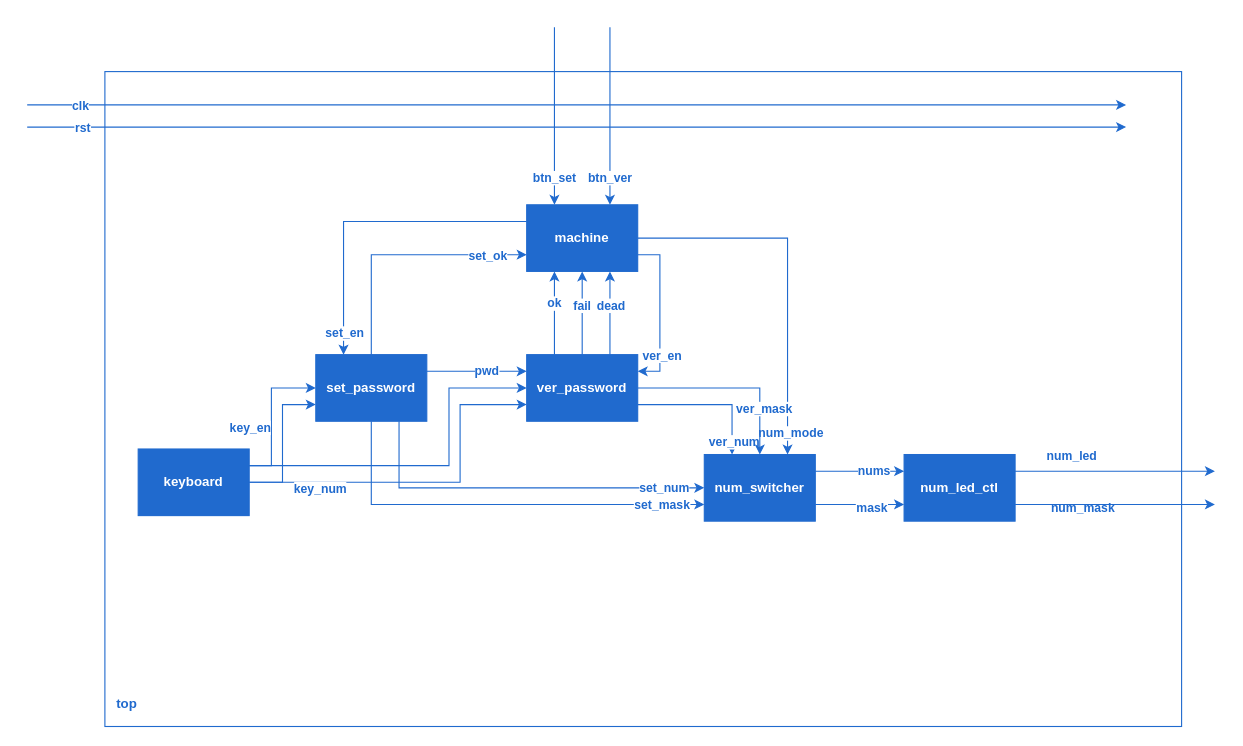
Jerry-Terrasse/drawio keeps this draw.io diagram as diglogic_exp6.drawio. Above is the earlier version. Source tidied: cells renumbered, new cells numbered last; positions are measured from the earlier drawing's top-left corner, leaving out a move shared by most shapes. Both pictures are drawn from the tidied source at 111%, with x=0, y=0 at pixel (27, 27).
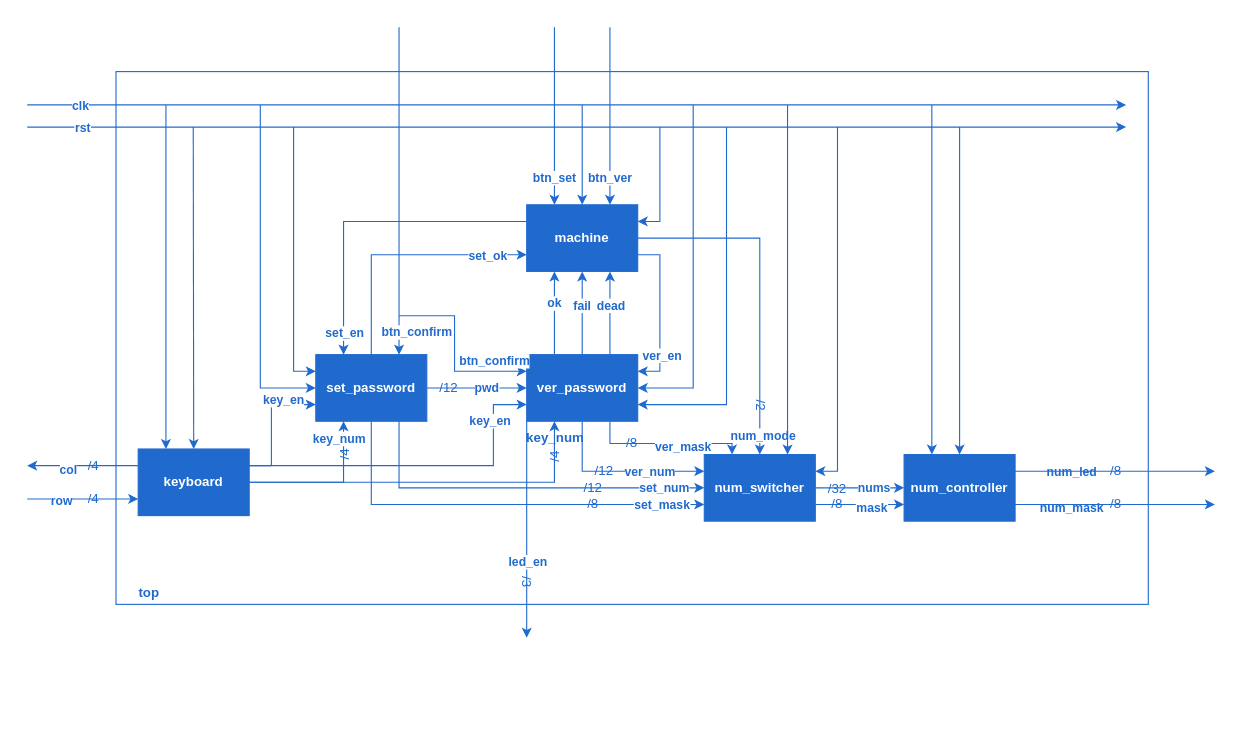
After the change.

The change refers to these unchanged cells:
```xml
<mxCell id="12" value="&lt;span&gt;keyboard&lt;/span&gt;" style="rounded=0;whiteSpace=wrap;html=1;strokeColor=#206ace;fontColor=#FFFFFF;fillColor=#206ACE;fontStyle=1;" parent="1" vertex="1">
  <mxGeometry x="100" y="380" width="100" height="60" as="geometry" />
</mxCell>
<mxCell id="19" value="&lt;div&gt;&lt;span&gt;machine&lt;/span&gt;&lt;/div&gt;" style="rounded=0;whiteSpace=wrap;html=1;strokeColor=#206ace;fontColor=#FFFFFF;fillColor=#206ACE;fontStyle=1;" parent="1" vertex="1">
  <mxGeometry x="450" y="160" width="100" height="60" as="geometry" />
</mxCell>
<mxCell id="26" value="&lt;span&gt;set_password&lt;/span&gt;" style="rounded=0;whiteSpace=wrap;html=1;strokeColor=#206ace;fontColor=#FFFFFF;fillColor=#206ACE;fontStyle=1;" parent="1" vertex="1">
  <mxGeometry x="260" y="295" width="100" height="60" as="geometry" />
</mxCell>
<mxCell id="37" value="&lt;span&gt;ver_password&lt;/span&gt;" style="rounded=0;whiteSpace=wrap;html=1;strokeColor=#206ace;fontColor=#FFFFFF;fillColor=#206ACE;fontStyle=1;" parent="1" vertex="1">
  <mxGeometry x="450" y="295" width="100" height="60" as="geometry" />
</mxCell>
<mxCell id="41" style="edgeStyle=orthogonalEdgeStyle;rounded=0;jettySize=auto;html=1;exitX=1;exitY=0.75;exitDx=0;exitDy=0;entryX=0;entryY=0.75;entryDx=0;entryDy=0;strokeColor=#206ACE;fontColor=#206ACE;fillColor=#206ACE;" parent="1" edge="1" source="44" target="47">
  <mxGeometry relative="1" as="geometry" />
</mxCell>
<mxCell id="44" value="&lt;span&gt;num_switcher&lt;/span&gt;" style="rounded=0;whiteSpace=wrap;html=1;strokeColor=#206ace;fontColor=#FFFFFF;fillColor=#206ACE;fontStyle=1;" parent="1" vertex="1">
  <mxGeometry x="610" y="385" width="100" height="60" as="geometry" />
</mxCell>
```

Change to the diagram source:
```diff
@@
     <mxCell id="2" value="&lt;div align=&quot;left&quot;&gt;&lt;br&gt;&lt;/div&gt;" style="rounded=0;whiteSpace=wrap;html=1;strokeColor=#206ace;align=left;fontStyle=1;" parent="1" vertex="1">
-      <mxGeometry x="70" y="40" width="970" height="590" as="geometry" />
+      <mxGeometry x="80" y="40" width="930" height="480" as="geometry" />
     </mxCell>
     <mxCell id="3" value="&lt;div&gt;top&lt;/div&gt;" style="text;html=1;strokeColor=none;fillColor=none;align=center;verticalAlign=middle;whiteSpace=wrap;rounded=0;fontColor=#206ACE;fontStyle=1;" parent="1" vertex="1">
-      <mxGeometry x="60" y="600" width="60" height="20" as="geometry" />
+      <mxGeometry x="80" y="500" width="60" height="20" as="geometry" />
     </mxCell>
@@
-    <mxCell id="8" style="edgeStyle=orthogonalEdgeStyle;rounded=0;jettySize=auto;html=1;exitX=1;exitY=0.25;exitDx=0;exitDy=0;entryX=0;entryY=0.5;entryDx=0;entryDy=0;strokeColor=#206ACE;fontColor=#206ACE;fillColor=#206ACE;fontStyle=1;" parent="1" edge="1" source="12" target="37">
+    <mxCell id="8" style="edgeStyle=orthogonalEdgeStyle;rounded=0;jettySize=auto;html=1;exitX=1;exitY=0.25;exitDx=0;exitDy=0;entryX=0;entryY=0.75;entryDx=0;entryDy=0;strokeColor=#206ACE;fontColor=#206ACE;fillColor=#206ACE;fontStyle=1;" parent="1" edge="1" source="12" target="37">
       <mxGeometry relative="1" as="geometry">
         <Array as="points">
-          <mxPoint x="380" y="395" />
-          <mxPoint x="380" y="325" />
+          <mxPoint x="420" y="395" />
+          <mxPoint x="420" y="340" />
         </Array>
       </mxGeometry>
     </mxCell>
-    <mxCell id="9" style="edgeStyle=orthogonalEdgeStyle;rounded=0;jettySize=auto;html=1;exitX=1;exitY=0.5;exitDx=0;exitDy=0;entryX=0;entryY=0.75;entryDx=0;entryDy=0;strokeColor=#206ACE;fontColor=#206ACE;fillColor=#206ACE;fontStyle=1;" parent="1" edge="1" source="12" target="26">
+    <mxCell id="9" style="edgeStyle=orthogonalEdgeStyle;rounded=0;jettySize=auto;html=1;exitX=1;exitY=0.5;exitDx=0;exitDy=0;entryX=0.25;entryY=1;entryDx=0;entryDy=0;strokeColor=#206ACE;fontColor=#206ACE;fillColor=#206ACE;fontStyle=1;" parent="1" edge="1" source="12" target="26">
       <mxGeometry relative="1" as="geometry" />
     </mxCell>
-    <mxCell id="10" style="edgeStyle=orthogonalEdgeStyle;rounded=0;jettySize=auto;html=1;exitX=1;exitY=0.5;exitDx=0;exitDy=0;entryX=0;entryY=0.75;entryDx=0;entryDy=0;strokeColor=#206ACE;fontColor=#206ACE;fillColor=#206ACE;fontStyle=1;" parent="1" edge="1" source="12" target="37">
-      <mxGeometry relative="1" as="geometry">
-        <Array as="points">
-          <mxPoint x="390" y="410" />
-          <mxPoint x="390" y="340" />
-        </Array>
-      </mxGeometry>
-    </mxCell>
-    <mxCell id="11" value="key_num" style="edgeLabel;html=1;align=center;verticalAlign=middle;fontColor=#206ACE;fontStyle=1;" parent="10" vertex="1">
-      <mxGeometry x="-0.78" y="-3" relative="1" as="geometry">
-        <mxPoint x="28" y="2" as="offset" />
-      </mxGeometry>
-    </mxCell>
+    <mxCell id="56" style="edgeStyle=orthogonalEdgeStyle;rounded=0;jettySize=auto;html=1;exitX=0;exitY=0.25;exitDx=0;exitDy=0;strokeColor=#206ACE;fontColor=#206ACE;fillColor=#206ACE;" parent="1" edge="1" source="12">
+      <mxGeometry relative="1" as="geometry">
+        <mxPoint y="395" as="targetPoint" />
+      </mxGeometry>
+    </mxCell>
+    <mxCell id="57" value="&lt;b&gt;col&lt;/b&gt;" style="edgeLabel;html=1;align=center;verticalAlign=middle;fontColor=#206ACE;" parent="56" vertex="1">
+      <mxGeometry x="0.28" y="3" relative="1" as="geometry" />
+    </mxCell>
@@
-    <mxCell id="17" style="edgeStyle=orthogonalEdgeStyle;rounded=0;jettySize=auto;html=1;exitX=1;exitY=0.5;exitDx=0;exitDy=0;entryX=0.75;entryY=0;entryDx=0;entryDy=0;strokeColor=#206ACE;fontColor=#206ACE;fillColor=#206ACE;" parent="1" edge="1" source="19" target="44">
+    <mxCell id="17" style="edgeStyle=orthogonalEdgeStyle;rounded=0;jettySize=auto;html=1;exitX=1;exitY=0.5;exitDx=0;exitDy=0;entryX=0.5;entryY=0;entryDx=0;entryDy=0;strokeColor=#206ACE;fontColor=#206ACE;fillColor=#206ACE;" parent="1" edge="1" source="19" target="44">
       <mxGeometry relative="1" as="geometry" />
     </mxCell>
@@
-    <mxCell id="33" style="edgeStyle=orthogonalEdgeStyle;rounded=0;jettySize=auto;html=1;exitX=1;exitY=0.75;exitDx=0;exitDy=0;entryX=0.25;entryY=0;entryDx=0;entryDy=0;strokeColor=#206ACE;fontColor=#206ACE;fillColor=#206ACE;" parent="1" edge="1" source="37" target="44">
-      <mxGeometry relative="1" as="geometry" />
+    <mxCell id="33" style="edgeStyle=orthogonalEdgeStyle;rounded=0;jettySize=auto;html=1;exitX=0.5;exitY=1;exitDx=0;exitDy=0;entryX=0;entryY=0.25;entryDx=0;entryDy=0;strokeColor=#206ACE;fontColor=#206ACE;fillColor=#206ACE;" parent="1" edge="1" source="37" target="44">
+      <mxGeometry relative="1" as="geometry">
+        <Array as="points">
+          <mxPoint x="500" y="400" />
+        </Array>
+      </mxGeometry>
     </mxCell>
     <mxCell id="34" value="&lt;b&gt;ver_num&lt;/b&gt;" style="edgeLabel;html=1;align=center;verticalAlign=middle;fontColor=#206ACE;" parent="33" vertex="1">
-      <mxGeometry x="0.81" y="1" relative="1" as="geometry" />
+      <mxGeometry x="0.81" y="1" relative="1" as="geometry">
+        <mxPoint x="-35" y="1" as="offset" />
+      </mxGeometry>
     </mxCell>
-    <mxCell id="35" style="edgeStyle=orthogonalEdgeStyle;rounded=0;jettySize=auto;html=1;exitX=1;exitY=0.5;exitDx=0;exitDy=0;strokeColor=#206ACE;fontColor=#206ACE;fillColor=#206ACE;" parent="1" edge="1" source="37" target="44">
-      <mxGeometry relative="1" as="geometry" />
+    <mxCell id="35" style="edgeStyle=orthogonalEdgeStyle;rounded=0;jettySize=auto;html=1;exitX=0.75;exitY=1;exitDx=0;exitDy=0;entryX=0.25;entryY=0;entryDx=0;entryDy=0;strokeColor=#206ACE;fontColor=#206ACE;fillColor=#206ACE;" parent="1" edge="1" source="37" target="44">
+      <mxGeometry relative="1" as="geometry">
+        <Array as="points">
+          <mxPoint x="525" y="375" />
+          <mxPoint x="635" y="375" />
+        </Array>
+      </mxGeometry>
     </mxCell>
     <mxCell id="36" value="&lt;b&gt;ver_mask&lt;/b&gt;" style="edgeLabel;html=1;align=center;verticalAlign=middle;fontColor=#206ACE;" parent="35" vertex="1">
-      <mxGeometry x="0.51" y="3" relative="1" as="geometry" />
+      <mxGeometry x="0.21" y="-2" relative="1" as="geometry" />
     </mxCell>
+    <mxCell id="58" style="edgeStyle=orthogonalEdgeStyle;rounded=0;jettySize=auto;html=1;exitX=0;exitY=1;exitDx=0;exitDy=0;strokeColor=#206ACE;fontColor=#206ACE;fillColor=#206ACE;" parent="1" edge="1" source="37">
+      <mxGeometry relative="1" as="geometry">
+        <mxPoint x="450" y="550" as="targetPoint" />
+      </mxGeometry>
+    </mxCell>
+    <mxCell id="59" value="&lt;b&gt;led_en&lt;/b&gt;" style="edgeLabel;html=1;align=center;verticalAlign=middle;fontColor=#206ACE;" parent="58" vertex="1">
+      <mxGeometry x="0.3" relative="1" as="geometry" />
+    </mxCell>
@@
-    <mxCell id="38" style="edgeStyle=orthogonalEdgeStyle;rounded=0;jettySize=auto;html=1;exitX=1;exitY=0.25;exitDx=0;exitDy=0;entryX=0;entryY=0.25;entryDx=0;entryDy=0;strokeColor=#206ACE;fontColor=#206ACE;fillColor=#206ACE;" parent="1" edge="1" source="44" target="47">
+    <mxCell id="38" style="edgeStyle=orthogonalEdgeStyle;rounded=0;jettySize=auto;html=1;exitX=1;exitY=0.5;exitDx=0;exitDy=0;entryX=0;entryY=0.5;entryDx=0;entryDy=0;strokeColor=#206ACE;fontColor=#206ACE;fillColor=#206ACE;" parent="1" edge="1" source="44" target="47">
       <mxGeometry relative="1" as="geometry" />
     </mxCell>
@@
     <mxCell id="42" value="&lt;b&gt;num_mask&lt;/b&gt;" style="edgeLabel;html=1;align=center;verticalAlign=middle;fontColor=#206ACE;" parent="41" vertex="1">
       <mxGeometry x="0.22" y="-2" relative="1" as="geometry">
-        <mxPoint x="191" as="offset" />
+        <mxPoint x="181" as="offset" />
       </mxGeometry>
     </mxCell>
@@
-    <mxCell id="47" value="&lt;span&gt;num_led_ctl&lt;/span&gt;" style="rounded=0;whiteSpace=wrap;html=1;strokeColor=#206ace;fontColor=#FFFFFF;fillColor=#206ACE;fontStyle=1;" parent="1" vertex="1">
+    <mxCell id="47" value="&lt;span&gt;num_controller&lt;/span&gt;" style="rounded=0;whiteSpace=wrap;html=1;strokeColor=#206ace;fontColor=#FFFFFF;fillColor=#206ACE;fontStyle=1;" parent="1" vertex="1">
       <mxGeometry x="790" y="385" width="100" height="60" as="geometry" />
     </mxCell>
-    <mxCell id="48" style="endArrow=classic;html=1;rounded=0;strokeColor=#206ACE;fontColor=#FFFFFF;fillColor=#206ACE;exitX=1;exitY=0.25;exitDx=0;exitDy=0;entryX=0;entryY=0.25;entryDx=0;entryDy=0;fontStyle=1;" parent="1" edge="1" source="26" target="37">
+    <mxCell id="48" style="endArrow=classic;html=1;rounded=0;strokeColor=#206ACE;fontColor=#FFFFFF;fillColor=#206ACE;exitX=1;exitY=0.5;exitDx=0;exitDy=0;entryX=0;entryY=0.5;entryDx=0;entryDy=0;fontStyle=1;" parent="1" edge="1" source="26" target="37">
       <mxGeometry relative="1" as="geometry" />
     </mxCell>
@@
-    <mxCell id="50" style="endArrow=classic;html=1;rounded=0;strokeColor=#206ACE;fontColor=#206ACE;fillColor=#206ACE;exitX=1;exitY=0.25;exitDx=0;exitDy=0;entryX=0;entryY=0.5;entryDx=0;entryDy=0;fontStyle=1;" parent="1" edge="1" source="12" target="26">
+    <mxCell id="50" style="endArrow=classic;html=1;rounded=0;strokeColor=#206ACE;fontColor=#206ACE;fillColor=#206ACE;exitX=1;exitY=0.25;exitDx=0;exitDy=0;entryX=0;entryY=0.75;entryDx=0;entryDy=0;fontStyle=1;" parent="1" edge="1" source="12" target="26">
       <mxGeometry relative="1" as="geometry">
         <Array as="points">
           <mxPoint x="220" y="395" />
-          <mxPoint x="220" y="325" />
+          <mxPoint x="220" y="340" />
         </Array>
       </mxGeometry>
     </mxCell>
     <mxCell id="51" value="&lt;span&gt;key_en&lt;/span&gt;" style="edgeLabel;html=1;align=center;verticalAlign=middle;fontColor=#206ACE;fontStyle=1;" parent="50" vertex="1">
       <mxGeometry x="-0.55" y="2" relative="1" as="geometry">
-        <mxPoint x="-18" y="-26" as="offset" />
+        <mxPoint x="12" y="-54" as="offset" />
       </mxGeometry>
     </mxCell>
@@
+    <mxCell id="60" style="endArrow=classic;html=1;rounded=0;strokeColor=#206ACE;fontColor=#206ACE;fillColor=#206ACE;entryX=0.75;entryY=0;entryDx=0;entryDy=0;" parent="1" edge="1" target="26">
+      <mxGeometry relative="1" as="geometry">
+        <mxPoint x="335" as="sourcePoint" />
+      </mxGeometry>
+    </mxCell>
+    <mxCell id="61" value="&lt;b&gt;btn_confirm&lt;/b&gt;" style="edgeLabel;html=1;align=center;verticalAlign=middle;fontColor=#206ACE;" parent="60" vertex="1">
+      <mxGeometry x="0.86" relative="1" as="geometry">
+        <mxPoint x="15" as="offset" />
+      </mxGeometry>
+    </mxCell>
+    <mxCell id="62" value="&lt;span&gt;key_en&lt;/span&gt;" style="edgeLabel;html=1;align=center;verticalAlign=middle;fontColor=#206ACE;fontStyle=1;" parent="1" vertex="1">
+      <mxGeometry x="410" y="355" as="geometry">
+        <mxPoint x="6" y="-1" as="offset" />
+      </mxGeometry>
+    </mxCell>
+    <mxCell id="11" value="key_num" style="edgeLabel;html=1;align=center;verticalAlign=middle;fontColor=#206ACE;fontStyle=1;" parent="1" vertex="1">
+      <mxGeometry x="280" y="370" as="geometry" />
+    </mxCell>
+    <mxCell id="63" style="endArrow=classic;html=1;rounded=0;strokeColor=#206ACE;fontColor=#206ACE;fillColor=#206ACE;entryX=0;entryY=0.25;entryDx=0;entryDy=0;" parent="1" edge="1" target="37">
+      <mxGeometry relative="1" as="geometry">
+        <mxPoint x="335" y="260" as="sourcePoint" />
+        <Array as="points">
+          <mxPoint x="385" y="260" />
+          <mxPoint x="385" y="310" />
+        </Array>
+      </mxGeometry>
+    </mxCell>
+    <mxCell id="64" value="&lt;b&gt;btn_confirm&lt;/b&gt;" style="edgeLabel;html=1;align=center;verticalAlign=middle;fontColor=#206ACE;" parent="63" vertex="1">
+      <mxGeometry x="0.86" relative="1" as="geometry">
+        <mxPoint x="-18" y="-10" as="offset" />
+      </mxGeometry>
+    </mxCell>
+    <mxCell id="65" style="endArrow=classic;html=1;rounded=0;strokeColor=#206ACE;fontColor=#206ACE;fillColor=#206ACE;" parent="1" edge="1">
+      <mxGeometry relative="1" as="geometry">
+        <mxPoint x="125" y="70" as="sourcePoint" />
+        <mxPoint x="125" y="380" as="targetPoint" />
+      </mxGeometry>
+    </mxCell>
+    <mxCell id="66" style="endArrow=classic;html=1;rounded=0;strokeColor=#206ACE;fontColor=#206ACE;fillColor=#206ACE;" parent="1" edge="1">
+      <mxGeometry relative="1" as="geometry">
+        <mxPoint x="149.6" y="90" as="sourcePoint" />
+        <mxPoint x="150" y="380" as="targetPoint" />
+      </mxGeometry>
+    </mxCell>
+    <mxCell id="67" style="endArrow=classic;html=1;rounded=0;strokeColor=#206ACE;fontColor=#206ACE;fillColor=#206ACE;entryX=0;entryY=0.25;entryDx=0;entryDy=0;" parent="1" edge="1" target="26">
+      <mxGeometry relative="1" as="geometry">
+        <mxPoint x="240" y="90" as="sourcePoint" />
+        <Array as="points">
+          <mxPoint x="240" y="310" />
+        </Array>
+      </mxGeometry>
+    </mxCell>
+    <mxCell id="68" style="endArrow=classic;html=1;rounded=0;strokeColor=#206ACE;fontColor=#206ACE;fillColor=#206ACE;entryX=0;entryY=0.5;entryDx=0;entryDy=0;" parent="1" edge="1" target="26">
+      <mxGeometry relative="1" as="geometry">
+        <mxPoint x="210" y="70" as="sourcePoint" />
+        <Array as="points">
+          <mxPoint x="210" y="325" />
+        </Array>
+      </mxGeometry>
+    </mxCell>
+    <mxCell id="69" style="endArrow=classic;html=1;rounded=0;strokeColor=#206ACE;fontColor=#206ACE;fillColor=#206ACE;entryX=0.5;entryY=0;entryDx=0;entryDy=0;" parent="1" edge="1" target="19">
+      <mxGeometry relative="1" as="geometry">
+        <mxPoint x="500" y="70" as="sourcePoint" />
+      </mxGeometry>
+    </mxCell>
+    <mxCell id="70" style="endArrow=classic;html=1;rounded=0;strokeColor=#206ACE;fontColor=#206ACE;fillColor=#206ACE;entryX=1;entryY=0.25;entryDx=0;entryDy=0;" parent="1" edge="1" target="19">
+      <mxGeometry relative="1" as="geometry">
+        <mxPoint x="570" y="90" as="sourcePoint" />
+        <Array as="points">
+          <mxPoint x="570" y="175" />
+        </Array>
+      </mxGeometry>
+    </mxCell>
+    <mxCell id="10" style="endArrow=classic;html=1;rounded=0;strokeColor=#206ACE;fontColor=#206ACE;fillColor=#206ACE;exitX=1;exitY=0.5;exitDx=0;exitDy=0;entryX=0.25;entryY=1;entryDx=0;entryDy=0;" parent="1" edge="1" source="12" target="37">
+      <mxGeometry relative="1" as="geometry">
+        <Array as="points">
+          <mxPoint x="475" y="410" />
+        </Array>
+      </mxGeometry>
+    </mxCell>
+    <mxCell id="71" style="endArrow=classic;html=1;rounded=0;strokeColor=#206ACE;fontColor=#206ACE;fillColor=#206ACE;entryX=1;entryY=0.5;entryDx=0;entryDy=0;" parent="1" edge="1" target="37">
+      <mxGeometry relative="1" as="geometry">
+        <mxPoint x="600" y="70" as="sourcePoint" />
+        <Array as="points">
+          <mxPoint x="600" y="325" />
+        </Array>
+      </mxGeometry>
+    </mxCell>
+    <mxCell id="72" style="endArrow=classic;html=1;rounded=0;strokeColor=#206ACE;fontColor=#206ACE;fillColor=#206ACE;entryX=1;entryY=0.75;entryDx=0;entryDy=0;" parent="1" edge="1" target="37">
+      <mxGeometry relative="1" as="geometry">
+        <mxPoint x="630" y="90" as="sourcePoint" />
+        <Array as="points">
+          <mxPoint x="630" y="340" />
+        </Array>
+      </mxGeometry>
+    </mxCell>
+    <mxCell id="73" style="endArrow=classic;html=1;rounded=0;strokeColor=#206ACE;fontColor=#206ACE;fillColor=#206ACE;entryX=0.75;entryY=0;entryDx=0;entryDy=0;" parent="1" edge="1" target="44">
+      <mxGeometry relative="1" as="geometry">
+        <mxPoint x="685" y="70" as="sourcePoint" />
+      </mxGeometry>
+    </mxCell>
+    <mxCell id="74" style="endArrow=classic;html=1;rounded=0;strokeColor=#206ACE;fontColor=#206ACE;fillColor=#206ACE;entryX=1;entryY=0.25;entryDx=0;entryDy=0;" parent="1" edge="1" target="44">
+      <mxGeometry relative="1" as="geometry">
+        <mxPoint x="730" y="90" as="sourcePoint" />
+        <Array as="points">
+          <mxPoint x="730" y="400" />
+        </Array>
+      </mxGeometry>
+    </mxCell>
+    <mxCell id="75" style="endArrow=classic;html=1;rounded=0;strokeColor=#206ACE;fontColor=#206ACE;fillColor=#206ACE;entryX=0.25;entryY=0;entryDx=0;entryDy=0;" parent="1" edge="1" target="47">
+      <mxGeometry relative="1" as="geometry">
+        <mxPoint x="815" y="70" as="sourcePoint" />
+      </mxGeometry>
+    </mxCell>
+    <mxCell id="76" style="endArrow=classic;html=1;rounded=0;strokeColor=#206ACE;fontColor=#206ACE;fillColor=#206ACE;" parent="1" edge="1" target="47">
+      <mxGeometry relative="1" as="geometry">
+        <mxPoint x="840" y="90" as="sourcePoint" />
+      </mxGeometry>
+    </mxCell>
+    <mxCell id="77" value="&lt;div&gt;/4&lt;/div&gt;" style="text;html=1;strokeColor=none;fillColor=none;align=center;verticalAlign=middle;whiteSpace=wrap;rounded=0;fontColor=#206ACE;" parent="1" vertex="1">
+      <mxGeometry x="30" y="375" width="60" height="40" as="geometry" />
+    </mxCell>
+    <mxCell id="78" style="endArrow=classic;html=1;rounded=0;strokeColor=#206ACE;fontColor=#206ACE;fillColor=#206ACE;entryX=0;entryY=0.75;entryDx=0;entryDy=0;" parent="1" edge="1" target="12">
+      <mxGeometry relative="1" as="geometry">
+        <mxPoint y="425" as="sourcePoint" />
+      </mxGeometry>
+    </mxCell>
+    <mxCell id="79" value="&lt;b&gt;row&lt;/b&gt;" style="edgeLabel;html=1;align=center;verticalAlign=middle;fontColor=#206ACE;" parent="78" vertex="1">
+      <mxGeometry x="-0.6" y="-1" relative="1" as="geometry">
+        <mxPoint x="10" as="offset" />
+      </mxGeometry>
+    </mxCell>
+    <mxCell id="80" value="&lt;div&gt;/8&lt;/div&gt;" style="text;html=1;strokeColor=none;fillColor=none;align=center;verticalAlign=middle;whiteSpace=wrap;rounded=0;fontColor=#206ACE;" parent="1" vertex="1">
+      <mxGeometry x="951" y="410" width="60" height="40" as="geometry" />
+    </mxCell>
+    <mxCell id="81" value="&lt;div&gt;/8&lt;/div&gt;" style="text;html=1;strokeColor=none;fillColor=none;align=center;verticalAlign=middle;whiteSpace=wrap;rounded=0;fontColor=#206ACE;" parent="1" vertex="1">
+      <mxGeometry x="951" y="380" width="60" height="40" as="geometry" />
+    </mxCell>
+    <mxCell id="82" value="&lt;div&gt;/12&lt;/div&gt;" style="text;html=1;strokeColor=none;fillColor=none;align=center;verticalAlign=middle;whiteSpace=wrap;rounded=0;fontColor=#206ACE;" parent="1" vertex="1">
+      <mxGeometry x="350" y="305" width="60" height="40" as="geometry" />
+    </mxCell>
+    <mxCell id="83" value="&lt;b&gt;key_num&lt;/b&gt;" style="text;html=1;strokeColor=none;fillColor=none;align=center;verticalAlign=middle;whiteSpace=wrap;rounded=0;fontColor=#206ACE;" parent="1" vertex="1">
+      <mxGeometry x="446" y="350" width="60" height="40" as="geometry" />
+    </mxCell>
+    <mxCell id="84" value="&lt;div&gt;/4&lt;/div&gt;" style="text;html=1;strokeColor=none;fillColor=none;align=center;verticalAlign=middle;whiteSpace=wrap;rounded=0;fontColor=#206ACE;rotation=-90;" parent="1" vertex="1">
+      <mxGeometry x="446" y="367" width="60" height="40" as="geometry" />
+    </mxCell>
+    <mxCell id="85" value="&lt;div&gt;/4&lt;/div&gt;" style="text;html=1;strokeColor=none;fillColor=none;align=center;verticalAlign=middle;whiteSpace=wrap;rounded=0;fontColor=#206ACE;rotation=-90;" parent="1" vertex="1">
+      <mxGeometry x="256" y="365" width="60" height="40" as="geometry" />
+    </mxCell>
+    <mxCell id="86" value="&lt;div&gt;/4&lt;/div&gt;" style="text;html=1;strokeColor=none;fillColor=none;align=center;verticalAlign=middle;whiteSpace=wrap;rounded=0;fontColor=#206ACE;" parent="1" vertex="1">
+      <mxGeometry x="30" y="405" width="60" height="40" as="geometry" />
+    </mxCell>
+    <mxCell id="87" value="&lt;div&gt;/8&lt;/div&gt;" style="text;html=1;strokeColor=none;fillColor=none;align=center;verticalAlign=middle;whiteSpace=wrap;rounded=0;fontColor=#206ACE;" parent="1" vertex="1">
+      <mxGeometry x="700" y="410" width="60" height="40" as="geometry" />
+    </mxCell>
+    <mxCell id="88" value="&lt;div&gt;/32&lt;/div&gt;" style="text;html=1;strokeColor=none;fillColor=none;align=center;verticalAlign=middle;whiteSpace=wrap;rounded=0;fontColor=#206ACE;" parent="1" vertex="1">
+      <mxGeometry x="700" y="396" width="60" height="40" as="geometry" />
+    </mxCell>
+    <mxCell id="89" value="&lt;div&gt;/2&lt;/div&gt;" style="text;html=1;strokeColor=none;fillColor=none;align=center;verticalAlign=middle;whiteSpace=wrap;rounded=0;fontColor=#206ACE;rotation=90;" parent="1" vertex="1">
+      <mxGeometry x="631" y="321" width="60" height="40" as="geometry" />
+    </mxCell>
+    <mxCell id="90" value="&lt;div&gt;/3&lt;/div&gt;" style="text;html=1;strokeColor=none;fillColor=none;align=center;verticalAlign=middle;whiteSpace=wrap;rounded=0;fontColor=#206ACE;rotation=90;" parent="1" vertex="1">
+      <mxGeometry x="420" y="480" width="60" height="40" as="geometry" />
+    </mxCell>
+    <mxCell id="91" value="&lt;div&gt;/8&lt;/div&gt;" style="text;html=1;strokeColor=none;fillColor=none;align=center;verticalAlign=middle;whiteSpace=wrap;rounded=0;fontColor=#206ACE;" parent="1" vertex="1">
+      <mxGeometry x="480" y="410" width="60" height="40" as="geometry" />
+    </mxCell>
+    <mxCell id="92" value="&lt;div&gt;/12&lt;/div&gt;" style="text;html=1;strokeColor=none;fillColor=none;align=center;verticalAlign=middle;whiteSpace=wrap;rounded=0;fontColor=#206ACE;" parent="1" vertex="1">
+      <mxGeometry x="480" y="395" width="60" height="40" as="geometry" />
+    </mxCell>
+    <mxCell id="93" value="&lt;div&gt;/8&lt;/div&gt;" style="text;html=1;strokeColor=none;fillColor=none;align=center;verticalAlign=middle;whiteSpace=wrap;rounded=0;fontColor=#206ACE;" parent="1" vertex="1">
+      <mxGeometry x="515" y="355" width="60" height="40" as="geometry" />
+    </mxCell>
+    <mxCell id="94" value="&lt;div&gt;/12&lt;/div&gt;" style="text;html=1;strokeColor=none;fillColor=none;align=center;verticalAlign=middle;whiteSpace=wrap;rounded=0;fontColor=#206ACE;" parent="1" vertex="1">
+      <mxGeometry x="490" y="380" width="60" height="40" as="geometry" />
+    </mxCell>
```
